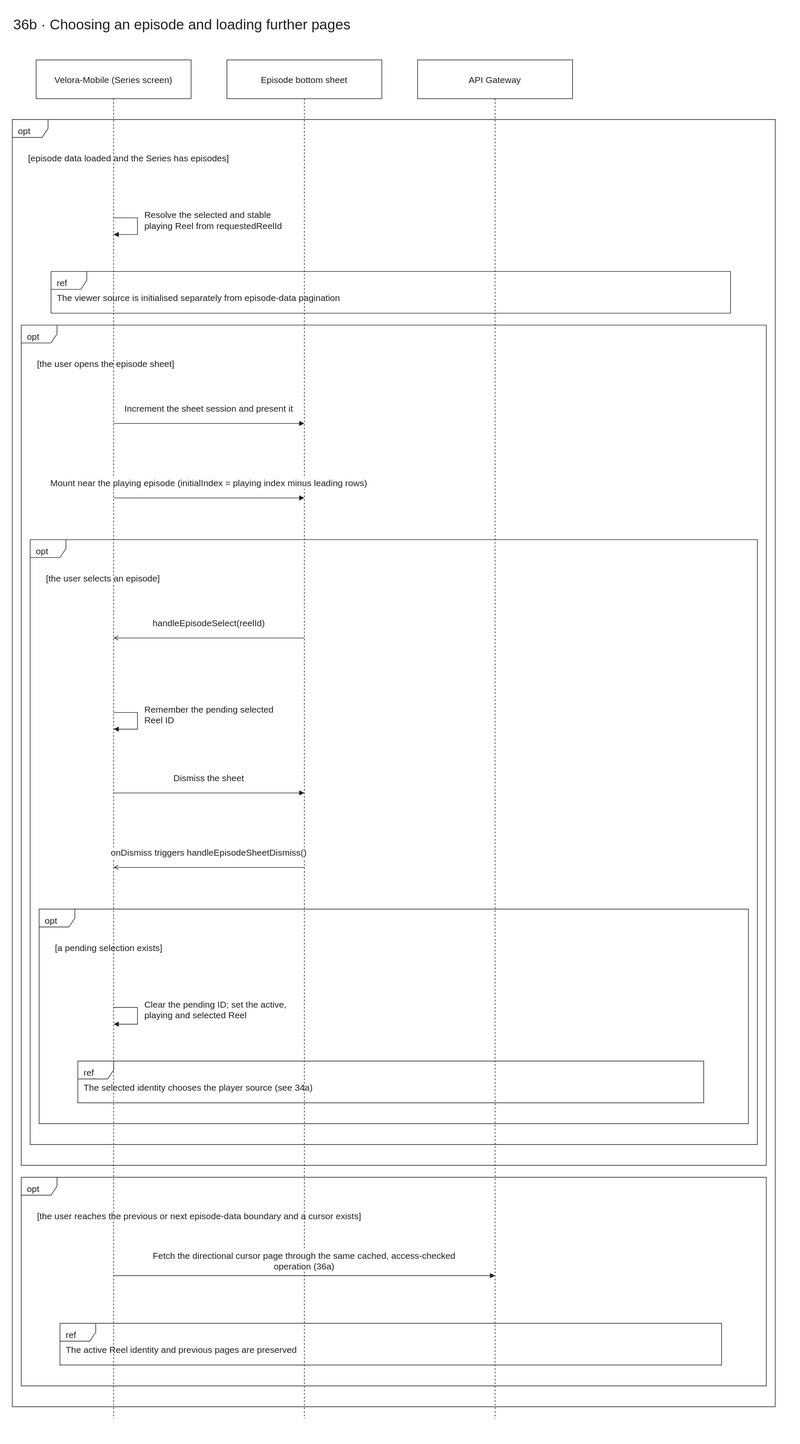
HieuCuteDangYeu/velora-backend keeps this draw.io diagram as docs/diagrams/velora-current/importable-svg/36b-series-episode-switch.drawio.svg. Above is the earlier version. Source tidied: cells renumbered, new cells last; positions are measured from the earlier drawing's top-left corner, leaving out a move shared by most shapes. Source of this version:
```xml
<mxGraphModel background="#ffffff">
  <root>
    <mxCell id="0" />
    <mxCell id="1" parent="0" />
    <mxCell id="2" style="html=1;fontFamily=Arial;fontSize=15;fontColor=light-dark(#202020,#eeeeee);strokeColor=light-dark(#202020,#eeeeee);dashed=1;endArrow=none;" parent="1" edge="1">
      <mxGeometry relative="1" as="geometry">
        <mxPoint x="810" y="145" as="sourcePoint" />
        <mxPoint x="810" y="2360" as="targetPoint" />
      </mxGeometry>
    </mxCell>
    <mxCell id="3" style="html=1;fontFamily=Arial;fontSize=15;fontColor=light-dark(#202020,#eeeeee);strokeColor=light-dark(#202020,#eeeeee);dashed=1;endArrow=none;" parent="1" edge="1">
      <mxGeometry relative="1" as="geometry">
        <mxPoint x="490" y="145" as="sourcePoint" />
        <mxPoint x="490" y="2360" as="targetPoint" />
      </mxGeometry>
    </mxCell>
    <mxCell id="4" style="html=1;fontFamily=Arial;fontSize=15;fontColor=light-dark(#202020,#eeeeee);strokeColor=light-dark(#202020,#eeeeee);dashed=1;endArrow=none;" parent="1" edge="1">
      <mxGeometry relative="1" as="geometry">
        <mxPoint x="170" y="145" as="sourcePoint" />
        <mxPoint x="170" y="2360" as="targetPoint" />
      </mxGeometry>
    </mxCell>
    <mxCell id="5" value="36b · Choosing an episode and loading further pages" style="html=1;fontFamily=Arial;fontSize=15;fontColor=light-dark(#202020,#eeeeee);strokeColor=light-dark(#202020,#eeeeee);text;fontSize=24;align=left;strokeColor=none;fillColor=none;" parent="1" vertex="1">
      <mxGeometry width="1280" height="50" as="geometry" />
    </mxCell>
    <mxCell id="6" value="Velora-Mobile (Series screen)" style="html=1;fontFamily=Arial;fontSize=15;fontColor=light-dark(#202020,#eeeeee);strokeColor=light-dark(#202020,#eeeeee);rounded=0;fillColor=#ffffff;whiteSpace=wrap;align=center;verticalAlign=middle;" parent="1" vertex="1">
      <mxGeometry x="40" y="80" width="260" height="65" as="geometry" />
    </mxCell>
    <mxCell id="7" value="Episode bottom sheet" style="html=1;fontFamily=Arial;fontSize=15;fontColor=light-dark(#202020,#eeeeee);strokeColor=light-dark(#202020,#eeeeee);rounded=0;fillColor=#ffffff;whiteSpace=wrap;align=center;verticalAlign=middle;" parent="1" vertex="1">
      <mxGeometry x="360" y="80" width="260" height="65" as="geometry" />
    </mxCell>
    <mxCell id="8" value="API Gateway" style="html=1;fontFamily=Arial;fontSize=15;fontColor=light-dark(#202020,#eeeeee);strokeColor=light-dark(#202020,#eeeeee);rounded=0;fillColor=#ffffff;whiteSpace=wrap;align=center;verticalAlign=middle;" parent="1" vertex="1">
      <mxGeometry x="680" y="80" width="260" height="65" as="geometry" />
    </mxCell>
    <mxCell id="9" value="opt" style="html=1;fontFamily=Arial;fontSize=15;fontColor=light-dark(#202020,#eeeeee);strokeColor=light-dark(#202020,#eeeeee);shape=umlFrame;fillColor=none;align=left;verticalAlign=top;spacingLeft=8;spacingTop=4;" parent="1" vertex="1">
      <mxGeometry y="180" width="1280" height="2160" as="geometry" />
    </mxCell>
    <mxCell id="10" value="[episode data loaded and the Series has episodes]" style="html=1;fontFamily=Arial;fontSize=15;fontColor=light-dark(#202020,#eeeeee);strokeColor=light-dark(#202020,#eeeeee);text;whiteSpace=wrap;align=left;strokeColor=none;fillColor=none;" parent="1" vertex="1">
      <mxGeometry x="25" y="230" width="1220" height="45" as="geometry" />
    </mxCell>
    <mxCell id="11" value="Resolve the selected and stable playing Reel from requestedReelId" style="html=1;fontFamily=Arial;fontSize=15;fontColor=light-dark(#202020,#eeeeee);strokeColor=light-dark(#202020,#eeeeee);endArrow=block;endFill=1;edgeStyle=orthogonalEdgeStyle;curved=0;rounded=0;orthogonalLoop=1;jettySize=auto;labelBackgroundColor=#ffffff;labelWidth=240;whiteSpace=wrap;align=left;" parent="1" edge="1">
      <mxGeometry relative="1" as="geometry">
        <mxPoint x="170" y="345" as="sourcePoint" />
        <mxPoint x="170" y="373" as="targetPoint" />
        <Array as="points">
          <mxPoint x="210" y="345" />
          <mxPoint x="210" y="373" />
        </Array>
        <mxPoint x="10" y="-10" as="offset" />
      </mxGeometry>
    </mxCell>
    <mxCell id="12" value="ref" style="html=1;fontFamily=Arial;fontSize=15;fontColor=light-dark(#202020,#eeeeee);strokeColor=light-dark(#202020,#eeeeee);shape=umlFrame;fillColor=light-dark(#ffffff,#181818);align=left;verticalAlign=top;spacingLeft=8;spacingTop=4;" parent="1" vertex="1">
      <mxGeometry x="65" y="435" width="1140" height="70" as="geometry" />
    </mxCell>
    <mxCell id="13" value="The viewer source is initialised separately from episode-data pagination" style="html=1;fontFamily=Arial;fontSize=15;fontColor=light-dark(#202020,#eeeeee);strokeColor=light-dark(#202020,#eeeeee);text;whiteSpace=wrap;align=left;verticalAlign=middle;strokeColor=none;fillColor=none;" parent="1" vertex="1">
      <mxGeometry x="73" y="457" width="1120" height="44" as="geometry" />
    </mxCell>
    <mxCell id="14" value="opt" style="html=1;fontFamily=Arial;fontSize=15;fontColor=light-dark(#202020,#eeeeee);strokeColor=light-dark(#202020,#eeeeee);shape=umlFrame;fillColor=none;align=left;verticalAlign=top;spacingLeft=8;spacingTop=4;" parent="1" vertex="1">
      <mxGeometry x="15" y="525" width="1250" height="1410" as="geometry" />
    </mxCell>
    <mxCell id="15" value="[the user opens the episode sheet]" style="html=1;fontFamily=Arial;fontSize=15;fontColor=light-dark(#202020,#eeeeee);strokeColor=light-dark(#202020,#eeeeee);text;whiteSpace=wrap;align=left;strokeColor=none;fillColor=none;" parent="1" vertex="1">
      <mxGeometry x="40" y="575" width="1190" height="45" as="geometry" />
    </mxCell>
    <mxCell id="16" value="Increment the sheet session and present it" style="html=1;fontFamily=Arial;fontSize=15;fontColor=light-dark(#202020,#eeeeee);strokeColor=light-dark(#202020,#eeeeee);endArrow=block;endFill=1;labelBackgroundColor=#ffffff;labelWidth=550;whiteSpace=wrap;align=center;" parent="1" edge="1">
      <mxGeometry relative="1" as="geometry">
        <mxPoint x="170" y="690" as="sourcePoint" />
        <mxPoint x="490" y="690" as="targetPoint" />
        <mxPoint y="-25" as="offset" />
      </mxGeometry>
    </mxCell>
    <mxCell id="17" value="Mount near the playing episode (initialIndex = playing index minus leading rows)" style="html=1;fontFamily=Arial;fontSize=15;fontColor=light-dark(#202020,#eeeeee);strokeColor=light-dark(#202020,#eeeeee);endArrow=block;endFill=1;labelBackgroundColor=#ffffff;labelWidth=550;whiteSpace=wrap;align=center;" parent="1" edge="1">
      <mxGeometry relative="1" as="geometry">
        <mxPoint x="170" y="815" as="sourcePoint" />
        <mxPoint x="490" y="815" as="targetPoint" />
        <mxPoint y="-25" as="offset" />
      </mxGeometry>
    </mxCell>
    <mxCell id="18" value="opt" style="html=1;fontFamily=Arial;fontSize=15;fontColor=light-dark(#202020,#eeeeee);strokeColor=light-dark(#202020,#eeeeee);shape=umlFrame;fillColor=none;align=left;verticalAlign=top;spacingLeft=8;spacingTop=4;" parent="1" vertex="1">
      <mxGeometry x="30" y="885" width="1220" height="1015" as="geometry" />
    </mxCell>
    <mxCell id="19" value="[the user selects an episode]" style="html=1;fontFamily=Arial;fontSize=15;fontColor=light-dark(#202020,#eeeeee);strokeColor=light-dark(#202020,#eeeeee);text;whiteSpace=wrap;align=left;strokeColor=none;fillColor=none;" parent="1" vertex="1">
      <mxGeometry x="55" y="935" width="1160" height="45" as="geometry" />
    </mxCell>
    <mxCell id="20" value="handleEpisodeSelect(reelId)" style="html=1;fontFamily=Arial;fontSize=15;fontColor=light-dark(#202020,#eeeeee);strokeColor=light-dark(#202020,#eeeeee);endArrow=open;endFill=0;labelBackgroundColor=#ffffff;labelWidth=550;whiteSpace=wrap;align=center;" parent="1" edge="1">
      <mxGeometry relative="1" as="geometry">
        <mxPoint x="490" y="1050" as="sourcePoint" />
        <mxPoint x="170" y="1050" as="targetPoint" />
        <mxPoint y="-25" as="offset" />
      </mxGeometry>
    </mxCell>
    <mxCell id="21" value="Remember the pending selected Reel ID" style="html=1;fontFamily=Arial;fontSize=15;fontColor=light-dark(#202020,#eeeeee);strokeColor=light-dark(#202020,#eeeeee);endArrow=block;endFill=1;edgeStyle=orthogonalEdgeStyle;curved=0;rounded=0;orthogonalLoop=1;jettySize=auto;labelBackgroundColor=#ffffff;labelWidth=240;whiteSpace=wrap;align=left;" parent="1" edge="1">
      <mxGeometry relative="1" as="geometry">
        <mxPoint x="170" y="1175" as="sourcePoint" />
        <mxPoint x="170" y="1203" as="targetPoint" />
        <Array as="points">
          <mxPoint x="210" y="1175" />
          <mxPoint x="210" y="1203" />
        </Array>
        <mxPoint x="10" y="-10" as="offset" />
      </mxGeometry>
    </mxCell>
    <mxCell id="22" value="Dismiss the sheet" style="html=1;fontFamily=Arial;fontSize=15;fontColor=light-dark(#202020,#eeeeee);strokeColor=light-dark(#202020,#eeeeee);endArrow=block;endFill=1;labelBackgroundColor=#ffffff;labelWidth=550;whiteSpace=wrap;align=center;" parent="1" edge="1">
      <mxGeometry relative="1" as="geometry">
        <mxPoint x="170" y="1310" as="sourcePoint" />
        <mxPoint x="490" y="1310" as="targetPoint" />
        <mxPoint y="-25" as="offset" />
      </mxGeometry>
    </mxCell>
    <mxCell id="23" value="onDismiss triggers handleEpisodeSheetDismiss()" style="html=1;fontFamily=Arial;fontSize=15;fontColor=light-dark(#202020,#eeeeee);strokeColor=light-dark(#202020,#eeeeee);endArrow=open;endFill=0;labelBackgroundColor=#ffffff;labelWidth=550;whiteSpace=wrap;align=center;" parent="1" edge="1">
      <mxGeometry relative="1" as="geometry">
        <mxPoint x="490" y="1435" as="sourcePoint" />
        <mxPoint x="170" y="1435" as="targetPoint" />
        <mxPoint y="-25" as="offset" />
      </mxGeometry>
    </mxCell>
    <mxCell id="24" value="opt" style="html=1;fontFamily=Arial;fontSize=15;fontColor=light-dark(#202020,#eeeeee);strokeColor=light-dark(#202020,#eeeeee);shape=umlFrame;fillColor=none;align=left;verticalAlign=top;spacingLeft=8;spacingTop=4;" parent="1" vertex="1">
      <mxGeometry x="45" y="1505" width="1190" height="360" as="geometry" />
    </mxCell>
    <mxCell id="25" value="[a pending selection exists]" style="html=1;fontFamily=Arial;fontSize=15;fontColor=light-dark(#202020,#eeeeee);strokeColor=light-dark(#202020,#eeeeee);text;whiteSpace=wrap;align=left;strokeColor=none;fillColor=none;" parent="1" vertex="1">
      <mxGeometry x="70" y="1555" width="1130" height="45" as="geometry" />
    </mxCell>
    <mxCell id="26" value="Clear the pending ID; set the active, playing and selected Reel" style="html=1;fontFamily=Arial;fontSize=15;fontColor=light-dark(#202020,#eeeeee);strokeColor=light-dark(#202020,#eeeeee);endArrow=block;endFill=1;edgeStyle=orthogonalEdgeStyle;curved=0;rounded=0;orthogonalLoop=1;jettySize=auto;labelBackgroundColor=#ffffff;labelWidth=240;whiteSpace=wrap;align=left;" parent="1" edge="1">
      <mxGeometry relative="1" as="geometry">
        <mxPoint x="170" y="1670" as="sourcePoint" />
        <mxPoint x="170" y="1698" as="targetPoint" />
        <Array as="points">
          <mxPoint x="210" y="1670" />
          <mxPoint x="210" y="1698" />
        </Array>
        <mxPoint x="10" y="-10" as="offset" />
      </mxGeometry>
    </mxCell>
    <mxCell id="27" value="ref" style="html=1;fontFamily=Arial;fontSize=15;fontColor=light-dark(#202020,#eeeeee);strokeColor=light-dark(#202020,#eeeeee);shape=umlFrame;fillColor=light-dark(#ffffff,#181818);align=left;verticalAlign=top;spacingLeft=8;spacingTop=4;" parent="1" vertex="1">
      <mxGeometry x="110" y="1760" width="1050" height="70" as="geometry" />
    </mxCell>
    <mxCell id="28" value="The selected identity chooses the player source (see 34a)" style="html=1;fontFamily=Arial;fontSize=15;fontColor=light-dark(#202020,#eeeeee);strokeColor=light-dark(#202020,#eeeeee);text;whiteSpace=wrap;align=left;verticalAlign=middle;strokeColor=none;fillColor=none;" parent="1" vertex="1">
      <mxGeometry x="118" y="1782" width="1030" height="44" as="geometry" />
    </mxCell>
    <mxCell id="29" value="opt" style="html=1;fontFamily=Arial;fontSize=15;fontColor=light-dark(#202020,#eeeeee);strokeColor=light-dark(#202020,#eeeeee);shape=umlFrame;fillColor=none;align=left;verticalAlign=top;spacingLeft=8;spacingTop=4;" parent="1" vertex="1">
      <mxGeometry x="15" y="1955" width="1250" height="350" as="geometry" />
    </mxCell>
    <mxCell id="30" value="[the user reaches the previous or next episode-data boundary and a cursor exists]" style="html=1;fontFamily=Arial;fontSize=15;fontColor=light-dark(#202020,#eeeeee);strokeColor=light-dark(#202020,#eeeeee);text;whiteSpace=wrap;align=left;strokeColor=none;fillColor=none;" parent="1" vertex="1">
      <mxGeometry x="40" y="2005" width="1190" height="45" as="geometry" />
    </mxCell>
    <mxCell id="31" value="Fetch the directional cursor page through the same cached, access-checked operation (36a)" style="html=1;fontFamily=Arial;fontSize=15;fontColor=light-dark(#202020,#eeeeee);strokeColor=light-dark(#202020,#eeeeee);endArrow=block;endFill=1;labelBackgroundColor=#ffffff;labelWidth=550;whiteSpace=wrap;align=center;" parent="1" edge="1">
      <mxGeometry relative="1" as="geometry">
        <mxPoint x="170" y="2120" as="sourcePoint" />
        <mxPoint x="810" y="2120" as="targetPoint" />
        <mxPoint y="-25" as="offset" />
      </mxGeometry>
    </mxCell>
    <mxCell id="32" value="ref" style="html=1;fontFamily=Arial;fontSize=15;fontColor=light-dark(#202020,#eeeeee);strokeColor=light-dark(#202020,#eeeeee);shape=umlFrame;fillColor=light-dark(#ffffff,#181818);align=left;verticalAlign=top;spacingLeft=8;spacingTop=4;" parent="1" vertex="1">
      <mxGeometry x="80" y="2200" width="1110" height="70" as="geometry" />
    </mxCell>
    <mxCell id="33" value="The active Reel identity and previous pages are preserved" style="html=1;fontFamily=Arial;fontSize=15;fontColor=light-dark(#202020,#eeeeee);strokeColor=light-dark(#202020,#eeeeee);text;whiteSpace=wrap;align=left;verticalAlign=middle;strokeColor=none;fillColor=none;" parent="1" vertex="1">
      <mxGeometry x="88" y="2222" width="1090" height="44" as="geometry" />
    </mxCell>
  </root>
</mxGraphModel>
```
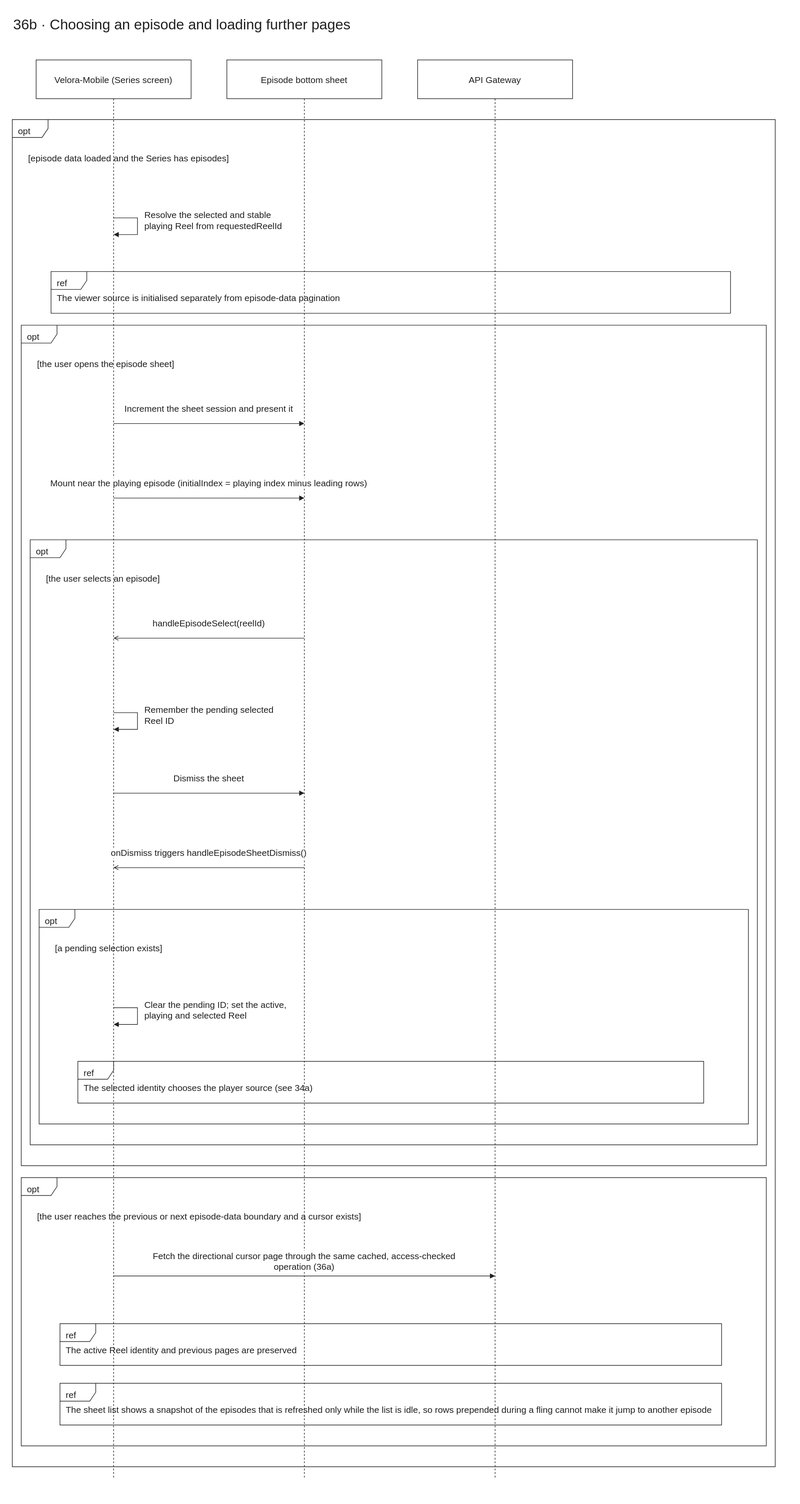
Later version of the same file.

Change to the diagram source:
```diff
@@ -2,24 +2,24 @@
   <root>
     <mxCell id="0" />
     <mxCell id="1" parent="0" />
+    <mxCell id="34" style="html=1;fontFamily=Arial;fontSize=15;fontColor=light-dark(#202020,#eeeeee);strokeColor=light-dark(#202020,#eeeeee);dashed=1;endArrow=none;" parent="1" edge="1">
+      <mxGeometry relative="1" as="geometry">
+        <mxPoint x="810" y="145" as="sourcePoint" />
+        <mxPoint x="810" y="2460" as="targetPoint" />
+      </mxGeometry>
+    </mxCell>
+    <mxCell id="35" style="html=1;fontFamily=Arial;fontSize=15;fontColor=light-dark(#202020,#eeeeee);strokeColor=light-dark(#202020,#eeeeee);dashed=1;endArrow=none;" parent="1" edge="1">
+      <mxGeometry relative="1" as="geometry">
+        <mxPoint x="490" y="145" as="sourcePoint" />
+        <mxPoint x="490" y="2460" as="targetPoint" />
+      </mxGeometry>
+    </mxCell>
     <mxCell id="2" style="html=1;fontFamily=Arial;fontSize=15;fontColor=light-dark(#202020,#eeeeee);strokeColor=light-dark(#202020,#eeeeee);dashed=1;endArrow=none;" parent="1" edge="1">
       <mxGeometry relative="1" as="geometry">
-        <mxPoint x="810" y="145" as="sourcePoint" />
-        <mxPoint x="810" y="2360" as="targetPoint" />
+        <mxPoint x="170" y="145" as="sourcePoint" />
+        <mxPoint x="170" y="2460" as="targetPoint" />
       </mxGeometry>
     </mxCell>
-    <mxCell id="3" style="html=1;fontFamily=Arial;fontSize=15;fontColor=light-dark(#202020,#eeeeee);strokeColor=light-dark(#202020,#eeeeee);dashed=1;endArrow=none;" parent="1" edge="1">
-      <mxGeometry relative="1" as="geometry">
-        <mxPoint x="490" y="145" as="sourcePoint" />
-        <mxPoint x="490" y="2360" as="targetPoint" />
-      </mxGeometry>
-    </mxCell>
-    <mxCell id="4" style="html=1;fontFamily=Arial;fontSize=15;fontColor=light-dark(#202020,#eeeeee);strokeColor=light-dark(#202020,#eeeeee);dashed=1;endArrow=none;" parent="1" edge="1">
-      <mxGeometry relative="1" as="geometry">
-        <mxPoint x="170" y="145" as="sourcePoint" />
-        <mxPoint x="170" y="2360" as="targetPoint" />
-      </mxGeometry>
-    </mxCell>
     <mxCell id="5" value="36b · Choosing an episode and loading further pages" style="html=1;fontFamily=Arial;fontSize=15;fontColor=light-dark(#202020,#eeeeee);strokeColor=light-dark(#202020,#eeeeee);text;fontSize=24;align=left;strokeColor=none;fillColor=none;" parent="1" vertex="1">
       <mxGeometry width="1280" height="50" as="geometry" />
     </mxCell>
@@ -33,7 +33,7 @@
       <mxGeometry x="680" y="80" width="260" height="65" as="geometry" />
     </mxCell>
     <mxCell id="9" value="opt" style="html=1;fontFamily=Arial;fontSize=15;fontColor=light-dark(#202020,#eeeeee);strokeColor=light-dark(#202020,#eeeeee);shape=umlFrame;fillColor=none;align=left;verticalAlign=top;spacingLeft=8;spacingTop=4;" parent="1" vertex="1">
-      <mxGeometry y="180" width="1280" height="2160" as="geometry" />
+      <mxGeometry y="180" width="1280" height="2260" as="geometry" />
     </mxCell>
     <mxCell id="10" value="[episode data loaded and the Series has episodes]" style="html=1;fontFamily=Arial;fontSize=15;fontColor=light-dark(#202020,#eeeeee);strokeColor=light-dark(#202020,#eeeeee);text;whiteSpace=wrap;align=left;strokeColor=none;fillColor=none;" parent="1" vertex="1">
       <mxGeometry x="25" y="230" width="1220" height="45" as="geometry" />
@@ -137,7 +137,7 @@
       <mxGeometry x="118" y="1782" width="1030" height="44" as="geometry" />
     </mxCell>
     <mxCell id="29" value="opt" style="html=1;fontFamily=Arial;fontSize=15;fontColor=light-dark(#202020,#eeeeee);strokeColor=light-dark(#202020,#eeeeee);shape=umlFrame;fillColor=none;align=left;verticalAlign=top;spacingLeft=8;spacingTop=4;" parent="1" vertex="1">
-      <mxGeometry x="15" y="1955" width="1250" height="350" as="geometry" />
+      <mxGeometry x="15" y="1955" width="1250" height="450" as="geometry" />
     </mxCell>
     <mxCell id="30" value="[the user reaches the previous or next episode-data boundary and a cursor exists]" style="html=1;fontFamily=Arial;fontSize=15;fontColor=light-dark(#202020,#eeeeee);strokeColor=light-dark(#202020,#eeeeee);text;whiteSpace=wrap;align=left;strokeColor=none;fillColor=none;" parent="1" vertex="1">
       <mxGeometry x="40" y="2005" width="1190" height="45" as="geometry" />
@@ -155,5 +155,11 @@
     <mxCell id="33" value="The active Reel identity and previous pages are preserved" style="html=1;fontFamily=Arial;fontSize=15;fontColor=light-dark(#202020,#eeeeee);strokeColor=light-dark(#202020,#eeeeee);text;whiteSpace=wrap;align=left;verticalAlign=middle;strokeColor=none;fillColor=none;" parent="1" vertex="1">
       <mxGeometry x="88" y="2222" width="1090" height="44" as="geometry" />
     </mxCell>
+    <mxCell id="36" value="ref" style="html=1;fontFamily=Arial;fontSize=15;fontColor=light-dark(#202020,#eeeeee);strokeColor=light-dark(#202020,#eeeeee);shape=umlFrame;fillColor=light-dark(#ffffff,#181818);align=left;verticalAlign=top;spacingLeft=8;spacingTop=4;" parent="1" vertex="1">
+      <mxGeometry x="80" y="2300" width="1110" height="70" as="geometry" />
+    </mxCell>
+    <mxCell id="37" value="The sheet list shows a snapshot of the episodes that is refreshed only while the list is idle, so rows prepended during a fling cannot make it jump to another episode" style="html=1;fontFamily=Arial;fontSize=15;fontColor=light-dark(#202020,#eeeeee);strokeColor=light-dark(#202020,#eeeeee);text;whiteSpace=wrap;align=left;verticalAlign=middle;strokeColor=none;fillColor=none;" parent="1" vertex="1">
+      <mxGeometry x="88" y="2322" width="1090" height="44" as="geometry" />
+    </mxCell>
   </root>
 </mxGraphModel>
```
